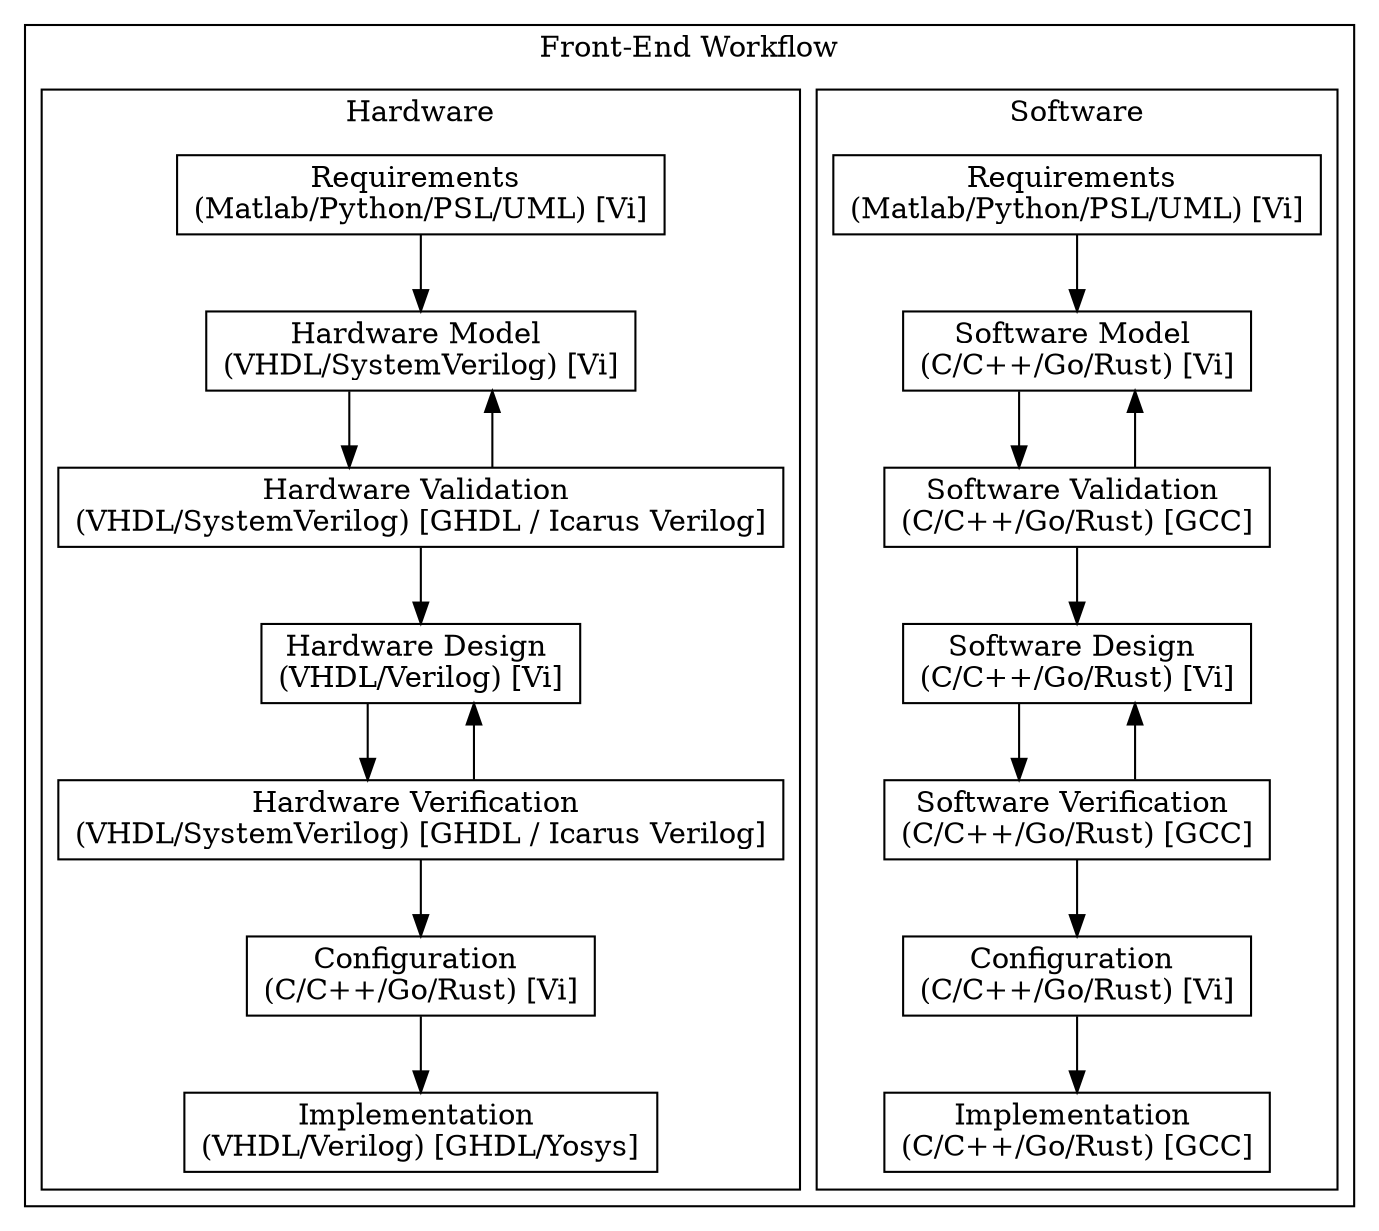
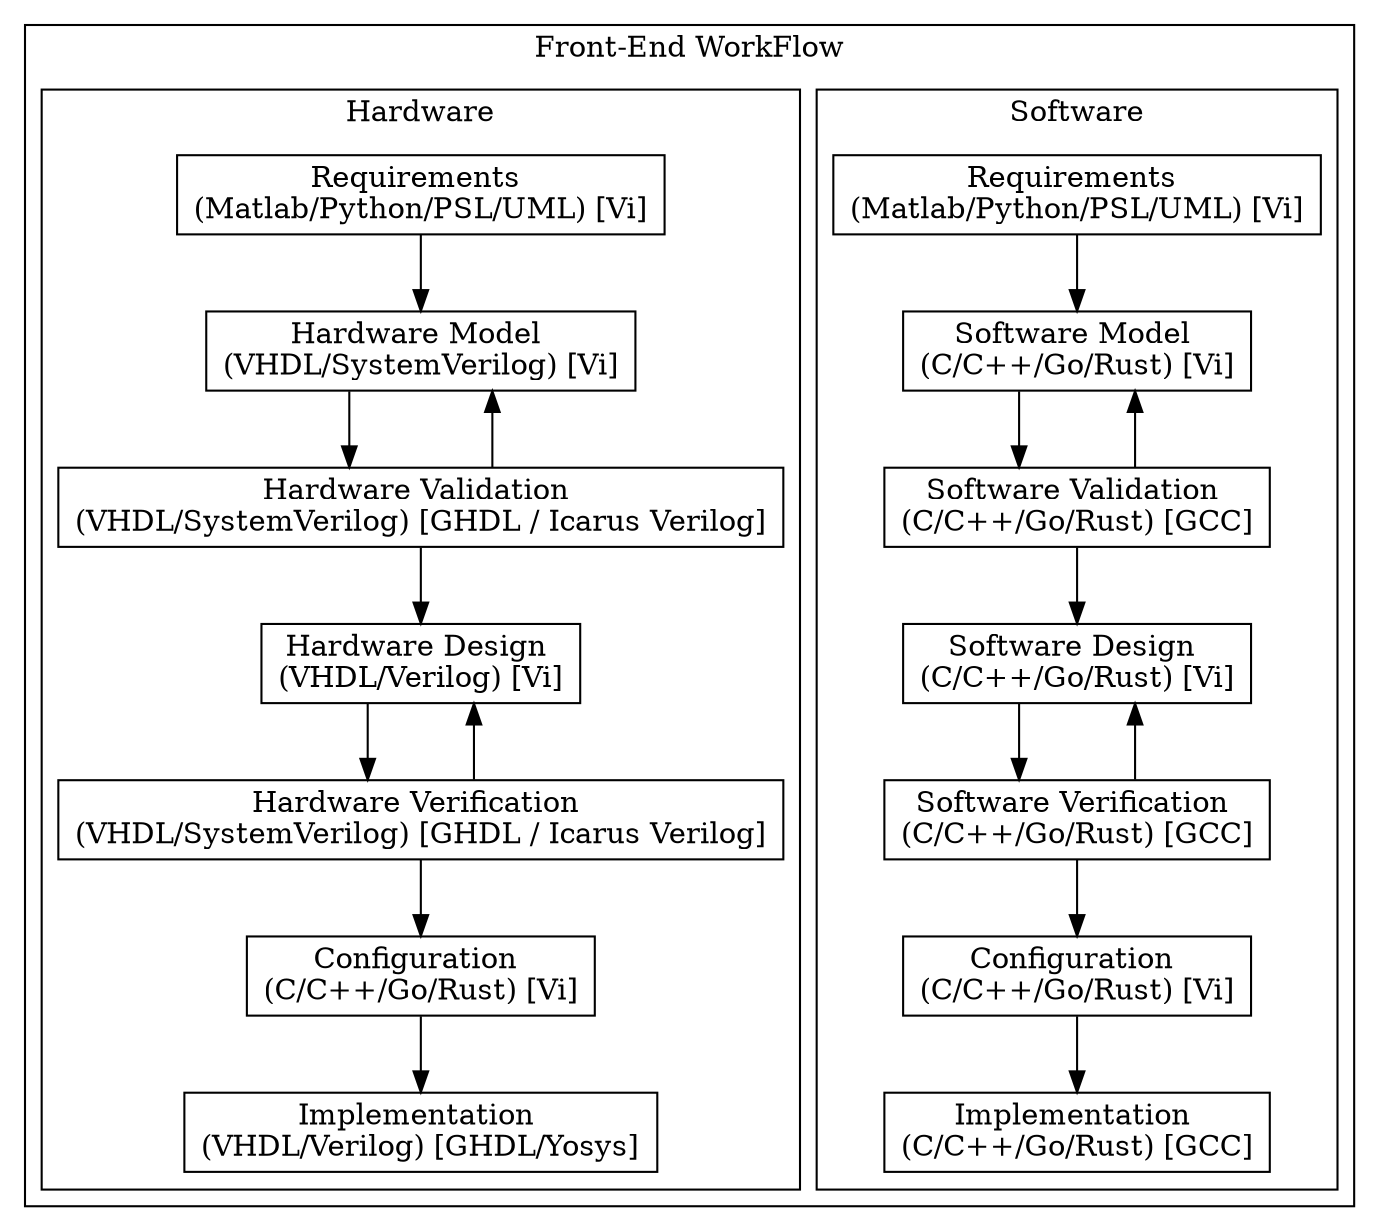
digraph Project {
  // Introduction
  graph [rankdir = TB, splines=ortho];
  node[shape=record];

  // Blocks
-   subgraph "cluster Workflow" { label = "Front-End Workflow";
+   subgraph "cluster WorkFlow" { label = "Front-End WorkFlow";
    subgraph "cluster Software" { label = "Software";
      Requirements_SW[label="Requirements \n(Matlab/Python/PSL/UML) [Vi]"];
      Model_SW[label="Software Model \n(C/C++/Go/Rust) [Vi]"];
      Validation_SW[label="Software Validation \n(C/C++/Go/Rust) [GCC]"];
      Design_SW[label="Software Design \n(C/C++/Go/Rust) [Vi]"];
      Verification_SW[label="Software Verification \n(C/C++/Go/Rust) [GCC]"];
      Configuration_SW[label="Configuration \n(C/C++/Go/Rust) [Vi]"];
      Implementation_SW[label="Implementation \n(C/C++/Go/Rust) [GCC]"];
    }
    subgraph "cluster Hardware" { label = "Hardware";
      Requirements_HW[label="Requirements \n(Matlab/Python/PSL/UML) [Vi]"];
      Model_HW[label="Hardware Model \n(VHDL/SystemVerilog) [Vi]"];
      Validation_HW[label="Hardware Validation \n(VHDL/SystemVerilog) [GHDL / Icarus Verilog]"];
      Design_HW[label="Hardware Design \n(VHDL/Verilog) [Vi]"];
      Verification_HW[label="Hardware Verification \n(VHDL/SystemVerilog) [GHDL / Icarus Verilog]"];
      Configuration_HW[label="Configuration \n(C/C++/Go/Rust) [Vi]"];
      Implementation_HW[label="Implementation \n(VHDL/Verilog) [GHDL/Yosys]"];
    }
  }

  // Software Sequence
  Requirements_SW -> Model_SW;
  Model_SW -> Validation_SW;
  Validation_SW -> Design_SW;
  Design_SW -> Verification_SW;
  Verification_SW -> Configuration_SW;
  Configuration_SW -> Implementation_SW;

  // Software Feedback
  Validation_SW -> Model_SW;
  Verification_SW -> Design_SW;

  // Hardware Sequence
  Requirements_HW -> Model_HW;
  Model_HW -> Validation_HW;
  Validation_HW -> Design_HW;
  Design_HW -> Verification_HW;
  Verification_HW -> Configuration_HW;
  Configuration_HW -> Implementation_HW;

  // Hardware Feedback
  Validation_HW -> Model_HW;
  Verification_HW -> Design_HW;
}
